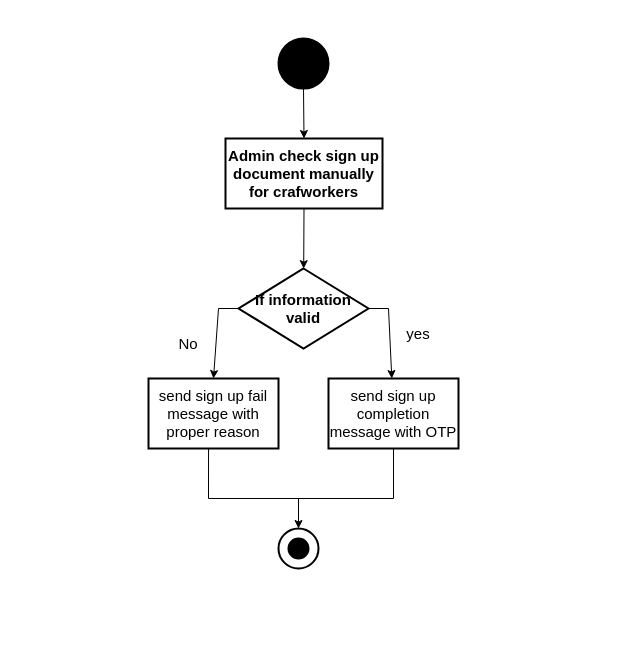
Before: page "Page-2" (2 of 3) of activity_diagram.drawio in Fatema-A-Ferdaus/se231, a draw.io diagram. Source tidied: cells renumbered, new cells numbered last; positions are measured from the earlier drawing's top-left corner, leaving out a move shared by most shapes. Both pictures are drawn from the tidied source at 100%, with x=0, y=0 at pixel (148, 38).
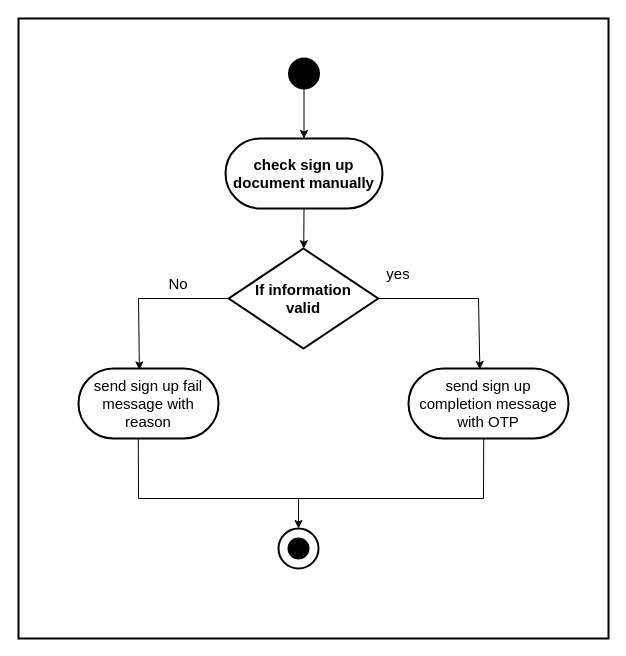
Above is the later version.

The edit, as a diff of the source:
```diff
@@
     <mxCell id="2" style="ellipse;whiteSpace=wrap;html=1;fontSize=15;strokeColor=#000000;strokeWidth=2;fillColor=#000000;" parent="1" vertex="1">
-      <mxGeometry x="130" width="50" height="50" as="geometry" />
+      <mxGeometry x="140.5" y="20" width="30" height="30" as="geometry" />
     </mxCell>
-    <mxCell id="3" value="&lt;b&gt;Admin check sign up document manually for crafworkers&lt;/b&gt;" style="rounded=0;whiteSpace=wrap;html=1;fontSize=15;strokeColor=#000000;strokeWidth=2;fillColor=none;" parent="1" vertex="1">
+    <mxCell id="3" value="&lt;b&gt;check sign up document manually &lt;br&gt;&lt;/b&gt;" style="rounded=1;whiteSpace=wrap;html=1;fontSize=15;strokeWidth=2;arcSize=50;" parent="1" vertex="1">
       <mxGeometry x="77" y="100" width="157" height="70" as="geometry" />
     </mxCell>
@@
-    <mxCell id="6" value="&lt;div&gt;&lt;b&gt;If information &lt;br&gt;&lt;/b&gt;&lt;/div&gt;&lt;div&gt;&lt;b&gt;valid&lt;/b&gt;&lt;/div&gt;" style="rhombus;whiteSpace=wrap;html=1;fontSize=15;strokeColor=#000000;strokeWidth=2;fillColor=none;" parent="1" vertex="1">
-      <mxGeometry x="90" y="230" width="130" height="80" as="geometry" />
+    <mxCell id="6" value="&lt;div&gt;&lt;b&gt;If information &lt;br&gt;&lt;/b&gt;&lt;/div&gt;&lt;div&gt;&lt;b&gt;valid&lt;/b&gt;&lt;/div&gt;" style="rhombus;whiteSpace=wrap;html=1;fontSize=15;strokeWidth=2;" parent="1" vertex="1">
+      <mxGeometry x="80.2" y="210" width="149.5" height="100" as="geometry" />
     </mxCell>
-    <mxCell id="7" style="endArrow=classic;html=1;rounded=0;fontSize=15;exitX=0;exitY=0.5;exitDx=0;exitDy=0;entryX=0.5;entryY=0;entryDx=0;entryDy=0;" parent="1" edge="1" source="6" target="10">
+    <mxCell id="7" style="endArrow=classic;html=1;rounded=0;fontSize=15;exitX=0;exitY=0.5;exitDx=0;exitDy=0;entryX=0.435;entryY=0.02;entryDx=0;entryDy=0;entryPerimeter=0;" parent="1" edge="1" source="6" target="10">
       <mxGeometry relative="1" as="geometry">
         <Array as="points">
-          <mxPoint x="70" y="270" />
+          <mxPoint x="-10" y="260" />
         </Array>
       </mxGeometry>
     </mxCell>
-    <mxCell id="8" style="endArrow=classic;html=1;rounded=0;fontSize=15;exitX=1;exitY=0.5;exitDx=0;exitDy=0;" parent="1" edge="1" source="6" target="9">
+    <mxCell id="8" style="endArrow=classic;html=1;rounded=0;fontSize=15;exitX=1;exitY=0.5;exitDx=0;exitDy=0;entryX=0.446;entryY=0.014;entryDx=0;entryDy=0;entryPerimeter=0;" parent="1" edge="1" source="6" target="9">
       <mxGeometry relative="1" as="geometry">
         <Array as="points">
-          <mxPoint x="240" y="270" />
+          <mxPoint x="330" y="260" />
         </Array>
       </mxGeometry>
     </mxCell>
-    <mxCell id="9" value="send sign up completion message with OTP" style="rounded=0;whiteSpace=wrap;html=1;fontSize=15;strokeColor=#000000;strokeWidth=2;fillColor=none;" parent="1" vertex="1">
-      <mxGeometry x="180" y="340" width="130" height="70" as="geometry" />
+    <mxCell id="9" value="send sign up completion message with OTP" style="rounded=1;whiteSpace=wrap;html=1;fontSize=15;strokeWidth=2;arcSize=50;" parent="1" vertex="1">
+      <mxGeometry x="260" y="330" width="160" height="70" as="geometry" />
     </mxCell>
-    <mxCell id="10" value="send sign up fail message with proper reason" style="rounded=0;whiteSpace=wrap;html=1;fontSize=15;strokeColor=#000000;strokeWidth=2;fillColor=none;" parent="1" vertex="1">
-      <mxGeometry y="340" width="130" height="70" as="geometry" />
+    <mxCell id="10" value="send sign up fail message with reason" style="rounded=1;whiteSpace=wrap;html=1;fontSize=15;strokeWidth=2;arcSize=50;" parent="1" vertex="1">
+      <mxGeometry x="-70" y="330" width="140" height="70" as="geometry" />
     </mxCell>
     <mxCell id="11" value="yes " style="text;html=1;strokeColor=none;fillColor=none;align=center;verticalAlign=middle;whiteSpace=wrap;rounded=0;fontSize=15;" parent="1" vertex="1">
-      <mxGeometry x="240" y="280" width="60" height="30" as="geometry" />
+      <mxGeometry x="220" y="220" width="60" height="30" as="geometry" />
     </mxCell>
     <mxCell id="12" value="No" style="text;html=1;strokeColor=none;fillColor=none;align=center;verticalAlign=middle;whiteSpace=wrap;rounded=0;fontSize=15;" parent="1" vertex="1">
-      <mxGeometry x="10" y="290" width="60" height="30" as="geometry" />
+      <mxGeometry y="230" width="60" height="30" as="geometry" />
     </mxCell>
@@
-    <mxCell id="16" style="endArrow=none;html=1;rounded=0;fontSize=15;entryX=0.5;entryY=1;entryDx=0;entryDy=0;exitX=0.462;exitY=1;exitDx=0;exitDy=0;exitPerimeter=0;" parent="1" edge="1" source="10" target="9">
+    <mxCell id="16" style="endArrow=none;html=1;rounded=0;fontSize=15;entryX=0.47;entryY=1.002;entryDx=0;entryDy=0;exitX=0.427;exitY=1.011;exitDx=0;exitDy=0;exitPerimeter=0;entryPerimeter=0;" parent="1" edge="1" source="10" target="9">
       <mxGeometry relative="1" as="geometry">
         <Array as="points">
-          <mxPoint x="60" y="460" />
-          <mxPoint x="245" y="460" />
+          <mxPoint x="-10" y="460" />
+          <mxPoint x="335" y="460" />
         </Array>
       </mxGeometry>
     </mxCell>
+    <mxCell id="17" style="rounded=0;whiteSpace=wrap;html=1;fontFamily=Helvetica;fontSize=15;fontColor=default;strokeColor=default;strokeWidth=2;fillColor=none;" parent="1" vertex="1">
+      <mxGeometry x="-130" y="-20" width="590" height="620" as="geometry" />
+    </mxCell>
```
